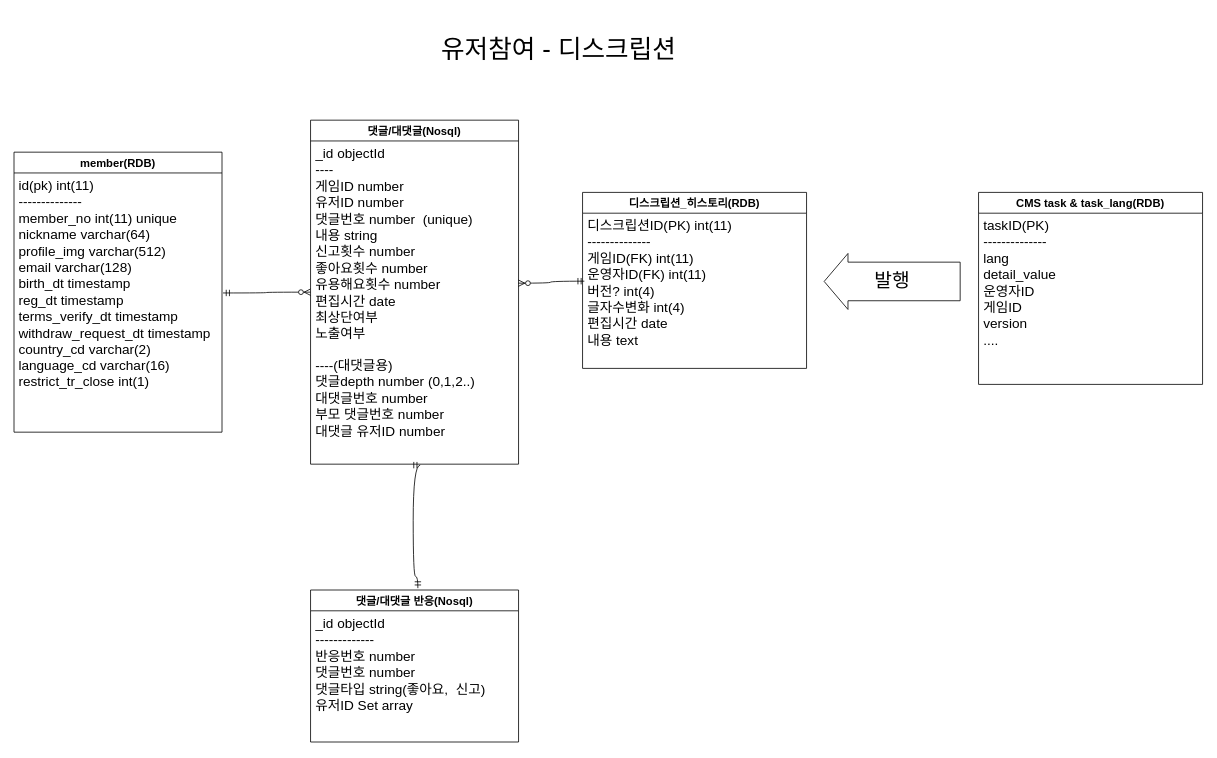
Earlier version of the draw.io diagram index_admin.drawio (hwan2v/archive). Source tidied: cells renumbered, new cells numbered last; positions are measured from the earlier drawing's top-left corner, leaving out a move shared by most shapes. Both pictures are drawn from the tidied source at 80%, with x=0, y=0 at pixel (14, 14).
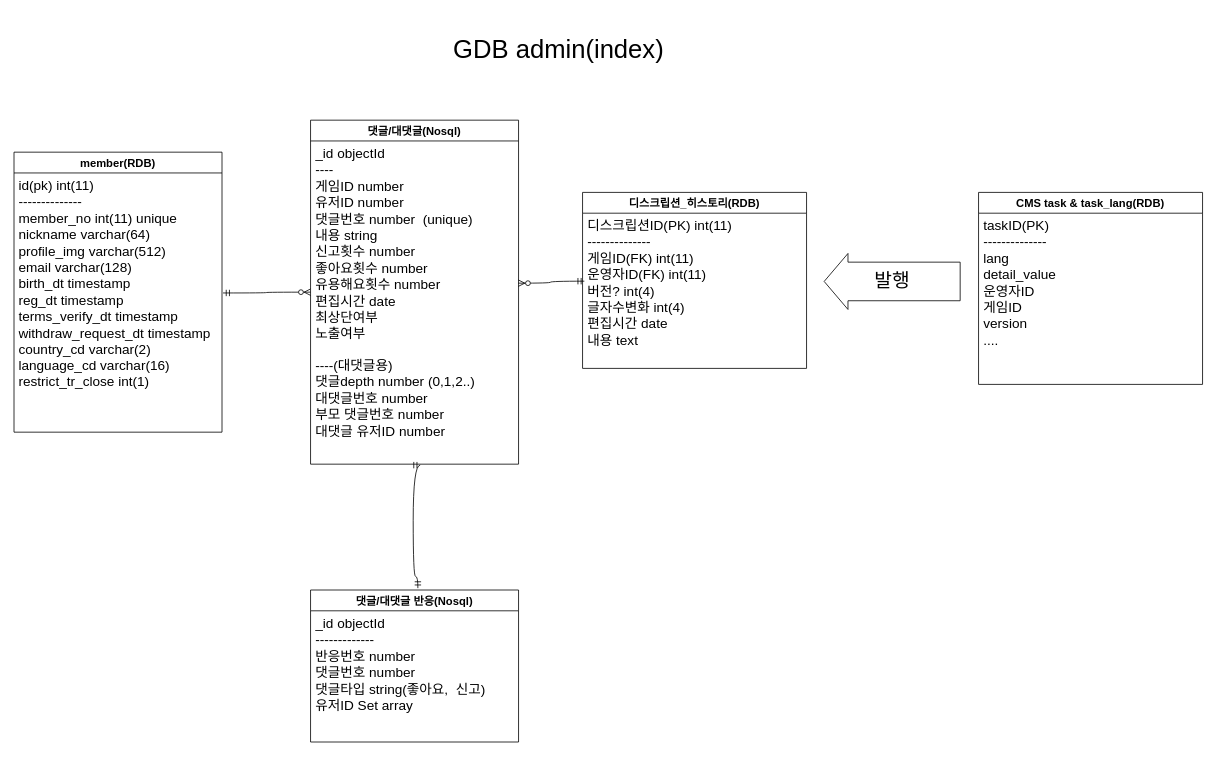
Above is the later version.

Change to the diagram source:
```diff
@@
 <mxGraphModel>
   <root>
     <mxCell id="0" />
     <mxCell id="1" parent="0" />
-    <mxCell id="2" value="&lt;span style=&quot;font-size: 32px;&quot;&gt;유저참여 - 디스크립션&lt;/span&gt;" style="text;html=1;strokeColor=none;fillColor=none;align=center;verticalAlign=middle;whiteSpace=wrap;rounded=0;" parent="1" vertex="1">
+    <mxCell id="2" value="&lt;span style=&quot;font-size: 32px;&quot;&gt;GDB admin(index)&lt;/span&gt;" style="text;html=1;strokeColor=none;fillColor=none;align=center;verticalAlign=middle;whiteSpace=wrap;rounded=0;" parent="1" vertex="1">
       <mxGeometry x="425.7" width="510" height="90" as="geometry" />
     </mxCell>
     <mxCell id="3" value="댓글/대댓글(Nosql)" style="swimlane;fontStyle=1;horizontal=1;startSize=26;align=center;fontSize=14;" parent="1" vertex="1">
       <mxGeometry x="370.7" y="132.7" width="260" height="430" as="geometry" />
     </mxCell>
     <mxCell id="4" value="&lt;div&gt;_id objectId&lt;/div&gt;&lt;div&gt;----&lt;/div&gt;&lt;div&gt;게임ID number&amp;nbsp;&lt;/div&gt;&lt;div&gt;유저ID number&amp;nbsp;&lt;/div&gt;&lt;div&gt;댓글번호 number&amp;nbsp;&amp;nbsp;(unique)&lt;/div&gt;&lt;div&gt;내용 string&lt;/div&gt;&lt;div&gt;신고횟수 number&lt;/div&gt;&lt;div&gt;좋아요횟수 number&lt;/div&gt;&lt;div&gt;유용해요횟수 number&lt;/div&gt;&lt;div&gt;편집시간 date&lt;/div&gt;&lt;div&gt;최상단여부&lt;/div&gt;&lt;div&gt;노출여부&lt;/div&gt;&lt;div&gt;&lt;br&gt;&lt;/div&gt;&lt;div&gt;----(대댓글용)&lt;/div&gt;&lt;div&gt;댓글depth number (0,1,2..)&lt;/div&gt;&lt;div&gt;대댓글번호 number&lt;/div&gt;&lt;div&gt;부모 댓글번호 number&lt;/div&gt;&lt;div&gt;대댓글 유저ID number&lt;/div&gt;" style="text;strokeColor=none;fillColor=none;spacingLeft=4;spacingRight=4;overflow=hidden;points=[[0,0.5],[1,0.5]];portConstraint=eastwest;fontSize=17;whiteSpace=wrap;html=1;verticalAlign=top;spacingTop=0;horizontal=1;" parent="3" vertex="1">
       <mxGeometry y="26" width="260" height="404" as="geometry" />
     </mxCell>
     <mxCell id="5" value="디스크립션_히스토리(RDB)" style="swimlane;fontStyle=1;horizontal=1;startSize=26;align=center;fontSize=14;" parent="1" vertex="1">
       <mxGeometry x="710.7" y="223" width="280" height="220" as="geometry" />
     </mxCell>
     <mxCell id="6" value="디스크립션ID(PK) int(11)&lt;br&gt;--------------&lt;br&gt;게임ID(FK) int(11)&lt;br&gt;운영자ID(FK) int(11)&lt;br&gt;버전? int(4)&lt;br style=&quot;border-color: var(--border-color);&quot;&gt;글자수변화 int(4)&lt;br&gt;편집시간 date&lt;br style=&quot;border-color: var(--border-color);&quot;&gt;내용 text" style="text;strokeColor=none;fillColor=none;spacingLeft=4;spacingRight=4;overflow=hidden;points=[[0,0.5],[1,0.5]];portConstraint=eastwest;fontSize=17;whiteSpace=wrap;html=1;verticalAlign=top;spacingTop=0;horizontal=1;" parent="5" vertex="1">
       <mxGeometry y="26" width="280" height="194" as="geometry" />
     </mxCell>
     <mxCell id="7" style="edgeStyle=orthogonalEdgeStyle;fontSize=12;html=1;endArrow=ERzeroToMany;startArrow=ERmandOne;rounded=0;exitX=1.005;exitY=0.463;exitDx=0;exitDy=0;exitPerimeter=0;curved=1;" parent="1" edge="1" source="14" target="3">
       <mxGeometry relative="1" as="geometry" />
     </mxCell>
     <mxCell id="8" style="edgeStyle=orthogonalEdgeStyle;fontSize=12;html=1;endArrow=ERzeroToMany;startArrow=ERmandOne;rounded=0;exitX=0.008;exitY=0.438;exitDx=0;exitDy=0;exitPerimeter=0;curved=1;entryX=0.999;entryY=0.44;entryDx=0;entryDy=0;entryPerimeter=0;" parent="1" edge="1" source="6" target="4">
       <mxGeometry relative="1" as="geometry" />
     </mxCell>
     <mxCell id="9" style="edgeStyle=orthogonalEdgeStyle;fontSize=12;html=1;endArrow=ERmandOne;startArrow=ERmandOne;rounded=0;exitX=0.516;exitY=-0.012;exitDx=0;exitDy=0;entryX=0.527;entryY=1.003;entryDx=0;entryDy=0;entryPerimeter=0;curved=1;exitPerimeter=0;" parent="1" edge="1" source="15" target="4">
       <mxGeometry relative="1" as="geometry">
         <Array as="points">
           <mxPoint x="505" y="703" />
           <mxPoint x="499" y="703" />
           <mxPoint x="499" y="564" />
         </Array>
       </mxGeometry>
     </mxCell>
     <mxCell id="10" value="CMS task &amp; task_lang(RDB)" style="swimlane;fontStyle=1;horizontal=1;startSize=26;align=center;fontSize=14;" parent="1" vertex="1">
       <mxGeometry x="1205.7" y="223" width="280" height="240" as="geometry" />
     </mxCell>
     <mxCell id="11" value="taskID(PK)&lt;br&gt;--------------&lt;br&gt;lang&lt;br&gt;detail_value&lt;br&gt;운영자ID&lt;br&gt;게임ID&lt;br&gt;version&lt;br&gt;...." style="text;strokeColor=none;fillColor=none;spacingLeft=4;spacingRight=4;overflow=hidden;fontSize=17;whiteSpace=wrap;html=1;verticalAlign=top;spacingTop=0;horizontal=1;" parent="10" vertex="1">
       <mxGeometry y="26" width="280" height="214" as="geometry" />
     </mxCell>
     <mxCell id="12" value="&lt;font style=&quot;font-size: 24px;&quot;&gt;발행&lt;/font&gt;" style="shape=singleArrow;whiteSpace=wrap;html=1;arrowWidth=0.6891769607345768;arrowSize=0.17510835721895265;direction=west;" parent="1" vertex="1">
       <mxGeometry x="1012.7" y="299.3" width="170" height="70" as="geometry" />
     </mxCell>
     <mxCell id="13" value="member(RDB)" style="swimlane;fontStyle=1;horizontal=1;startSize=26;align=center;fontSize=14;" parent="1" vertex="1">
       <mxGeometry y="172.7" width="260" height="350" as="geometry" />
     </mxCell>
     <mxCell id="14" value="id(pk) int(11)&lt;br&gt;--------------&lt;br style=&quot;font-size: 17px;&quot;&gt;member_no int(11) unique&lt;br style=&quot;font-size: 17px;&quot;&gt;nickname varchar(64)&lt;br&gt;profile_img varchar(512)&lt;br&gt;email varchar(128)&lt;br&gt;birth_dt timestamp&lt;br&gt;reg_dt timestamp&lt;br&gt;terms_verify_dt timestamp&lt;br&gt;withdraw_request_dt timestamp&lt;br&gt;country_cd varchar(2)&lt;br&gt;language_cd varchar(16)&lt;br&gt;restrict_tr_close int(1)&lt;br&gt;" style="text;strokeColor=none;fillColor=none;spacingLeft=4;spacingRight=4;overflow=hidden;points=[[0,0.5],[1,0.5]];portConstraint=eastwest;fontSize=17;whiteSpace=wrap;html=1;verticalAlign=top;spacingTop=0;horizontal=1;" parent="13" vertex="1">
       <mxGeometry y="26" width="260" height="324" as="geometry" />
     </mxCell>
     <mxCell id="15" value="댓글/대댓글 반응(Nosql)" style="swimlane;fontStyle=1;horizontal=1;startSize=26;align=center;fontSize=14;" parent="1" vertex="1">
       <mxGeometry x="370.7" y="720" width="260" height="190" as="geometry" />
     </mxCell>
     <mxCell id="16" value="&lt;div&gt;_id objectId&lt;/div&gt;&lt;div&gt;-------------&lt;/div&gt;&lt;div&gt;반응번호 number&lt;/div&gt;&lt;div&gt;댓글번호 number&lt;/div&gt;&lt;div&gt;댓글타입 string(좋아요,&amp;nbsp; 신고)&lt;/div&gt;&lt;div&gt;유저ID Set array&lt;/div&gt;" style="text;strokeColor=none;fillColor=none;spacingLeft=4;spacingRight=4;overflow=hidden;fontSize=17;whiteSpace=wrap;html=1;verticalAlign=top;spacingTop=0;horizontal=1;" parent="15" vertex="1">
       <mxGeometry y="26" width="260" height="164" as="geometry" />
     </mxCell>
   </root>
 </mxGraphModel>
```
